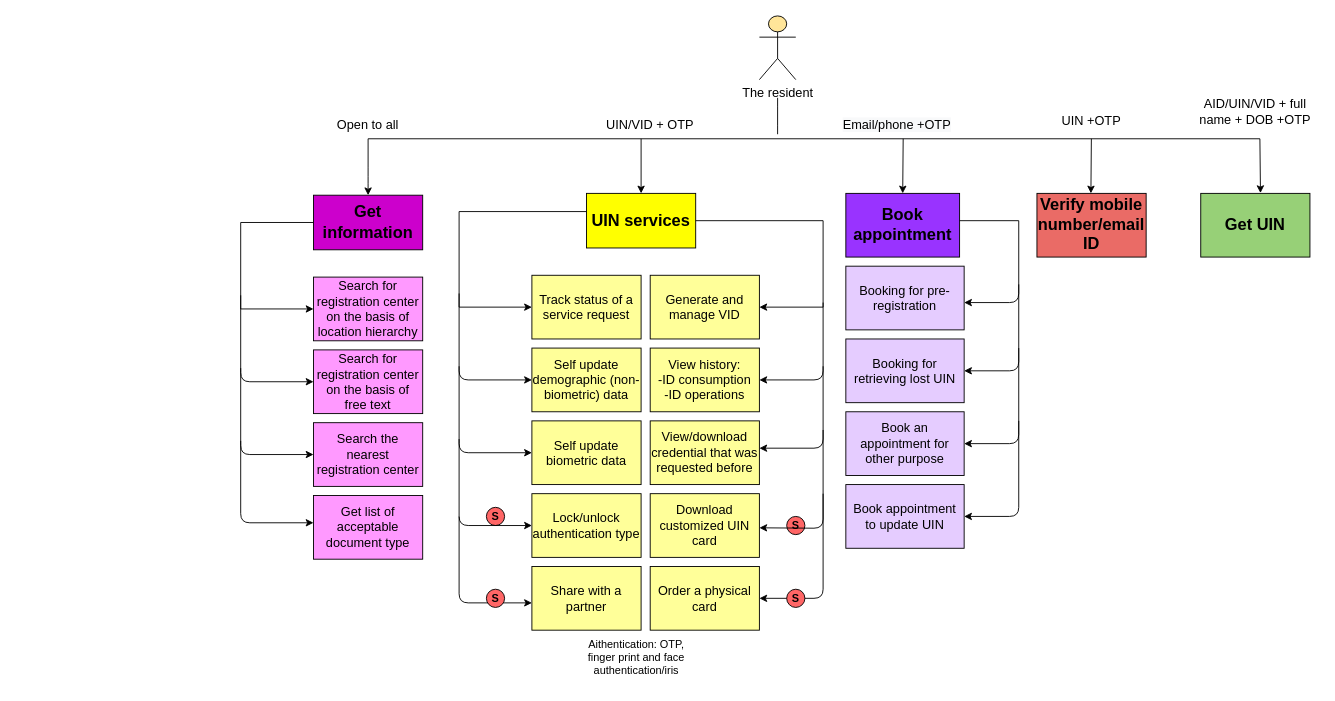
Above: resident-services-flow-chart/browser-feature-list.drawio in singhpragya279/Resident_services (draw.io), before the change. Source tidied: cells renumbered, new cells numbered last; positions are measured from the earlier drawing's top-left corner, leaving out a move shared by most shapes. Both pictures are drawn from the tidied source at 91%, with x=0, y=0 at pixel (240, 15).
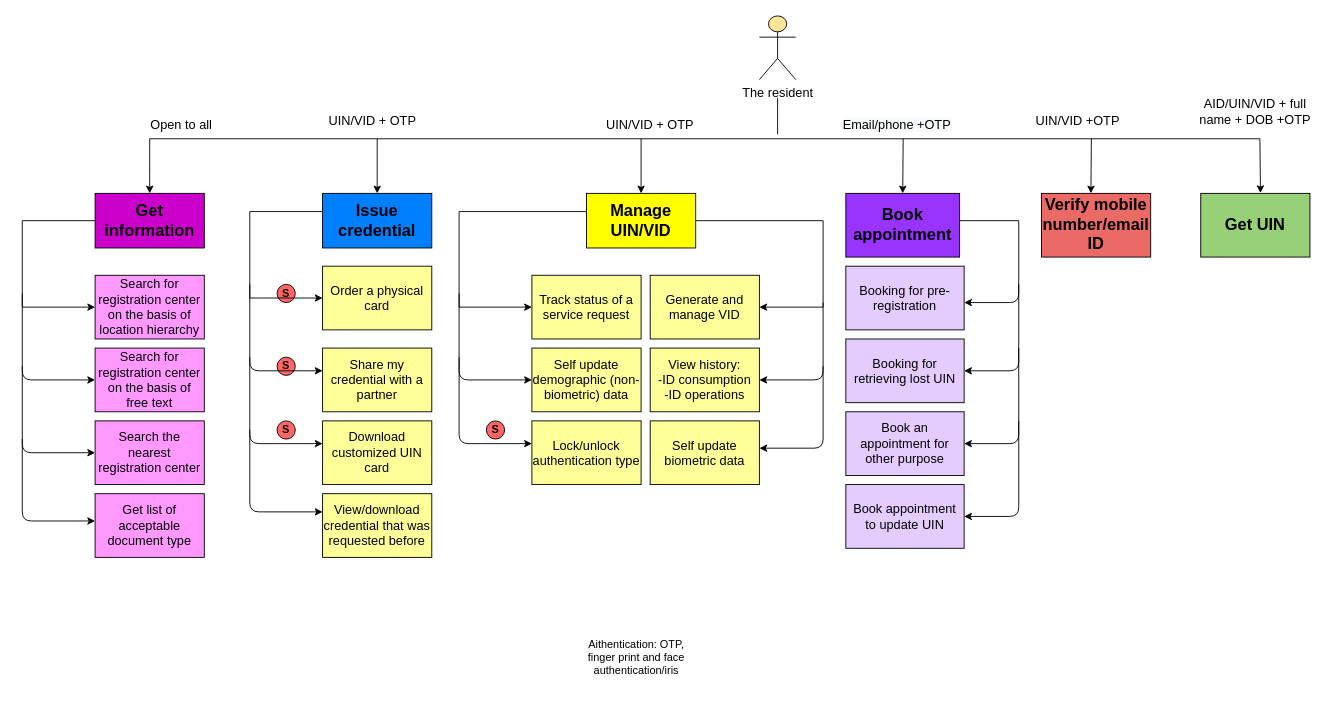
The same page after the edit.

Change to the diagram source:
```diff
@@
     <mxCell id="4" style="endArrow=none;html=1;" parent="1" edge="1">
       <mxGeometry relative="1" as="geometry">
-        <mxPoint x="140" y="135" as="sourcePoint" />
+        <mxPoint x="-100" y="135" as="sourcePoint" />
         <mxPoint x="1120" y="135" as="targetPoint" />
       </mxGeometry>
     </mxCell>
     <mxCell id="5" style="endArrow=classic;html=1;entryX=0.5;entryY=0;entryDx=0;entryDy=0;" parent="1" edge="1">
       <mxGeometry relative="1" as="geometry">
-        <mxPoint x="140" y="135" as="sourcePoint" />
-        <mxPoint x="140" y="197" as="targetPoint" />
+        <mxPoint x="-100" y="135" as="sourcePoint" />
+        <mxPoint x="-100" y="195" as="targetPoint" />
         <Array as="points">
-          <mxPoint x="140" y="177" />
+          <mxPoint x="-100" y="175" />
         </Array>
       </mxGeometry>
     </mxCell>
+    <mxCell id="62" style="endArrow=classic;html=1;entryX=0.5;entryY=0;entryDx=0;entryDy=0;" parent="1" edge="1" target="63">
+      <mxGeometry relative="1" as="geometry">
+        <mxPoint x="150" y="135" as="sourcePoint" />
+      </mxGeometry>
+    </mxCell>
@@
-    <mxCell id="7" value="&lt;span&gt;&lt;font style=&quot;font-size: 18px&quot;&gt;&lt;b&gt;UIN services&lt;/b&gt;&lt;/font&gt;&lt;/span&gt;" style="rounded=0;whiteSpace=wrap;html=1;fillColor=#FFFF00;" parent="1" vertex="1">
+    <mxCell id="7" value="&lt;span&gt;&lt;font style=&quot;font-size: 18px&quot;&gt;&lt;b&gt;Manage UIN/VID&lt;/b&gt;&lt;/font&gt;&lt;/span&gt;" style="rounded=0;whiteSpace=wrap;html=1;fillColor=#FFFF00;" parent="1" vertex="1">
       <mxGeometry x="380" y="195" width="120" height="60" as="geometry" />
     </mxCell>
     <mxCell id="8" style="edgeStyle=orthogonalEdgeStyle;rounded=0;jettySize=auto;html=1;entryX=0;entryY=0.5;entryDx=0;entryDy=0;" parent="1" edge="1" source="9" target="10">
       <mxGeometry relative="1" as="geometry">
         <Array as="points">
-          <mxPoint y="227" />
-          <mxPoint y="322" />
+          <mxPoint x="-240" y="225" />
+          <mxPoint x="-240" y="320" />
         </Array>
       </mxGeometry>
     </mxCell>
     <mxCell id="9" value="&lt;span&gt;&lt;font style=&quot;font-size: 18px&quot;&gt;&lt;b&gt;Get information&lt;/b&gt;&lt;/font&gt;&lt;/span&gt;" style="rounded=0;whiteSpace=wrap;html=1;fillColor=#CC00CC;" parent="1" vertex="1">
-      <mxGeometry x="80" y="197" width="120" height="60" as="geometry" />
+      <mxGeometry x="-160" y="195" width="120" height="60" as="geometry" />
     </mxCell>
     <mxCell id="10" value="&lt;font style=&quot;font-size: 14px&quot;&gt;Search for registration center on the basis of location hierarchy&lt;/font&gt;" style="rounded=0;whiteSpace=wrap;html=1;fillColor=#FF99FF;" parent="1" vertex="1">
-      <mxGeometry x="80" y="287" width="120" height="70" as="geometry" />
+      <mxGeometry x="-160" y="285" width="120" height="70" as="geometry" />
     </mxCell>
     <mxCell id="11" value="&lt;span&gt;&lt;font style=&quot;font-size: 14px&quot;&gt;Search the nearest registration center&lt;/font&gt;&lt;/span&gt;" style="rounded=0;whiteSpace=wrap;html=1;fillColor=#FF99FF;" parent="1" vertex="1">
-      <mxGeometry x="80" y="447" width="120" height="70" as="geometry" />
+      <mxGeometry x="-160" y="445" width="120" height="70" as="geometry" />
     </mxCell>
+    <mxCell id="63" value="&lt;span&gt;&lt;font style=&quot;font-size: 18px&quot;&gt;&lt;b&gt;Issue credential&lt;/b&gt;&lt;/font&gt;&lt;/span&gt;" style="rounded=0;whiteSpace=wrap;html=1;fillColor=#007FFF;" parent="1" vertex="1">
+      <mxGeometry x="90" y="195" width="120" height="60" as="geometry" />
+    </mxCell>
     <mxCell id="12" value="&lt;span&gt;&lt;font&gt;&lt;span style=&quot;font-size: 14px&quot;&gt;Download customized&amp;nbsp;UIN card&lt;/span&gt;&lt;/font&gt;&lt;/span&gt;" style="rounded=0;whiteSpace=wrap;html=1;fillColor=#FFFF99;" parent="1" vertex="1">
-      <mxGeometry x="450" y="525" width="120" height="70" as="geometry" />
+      <mxGeometry x="90" y="445" width="120" height="70" as="geometry" />
     </mxCell>
     <mxCell id="13" value="&lt;font style=&quot;font-size: 14px&quot;&gt;Search for registration center on the basis of free text&lt;/font&gt;" style="rounded=0;whiteSpace=wrap;html=1;fillColor=#FF99FF;" parent="1" vertex="1">
-      <mxGeometry x="80" y="367" width="120" height="70" as="geometry" />
+      <mxGeometry x="-160" y="365" width="120" height="70" as="geometry" />
     </mxCell>
     <mxCell id="14" value="&lt;span&gt;&lt;font style=&quot;font-size: 14px&quot;&gt;Get list of acceptable document type&lt;/font&gt;&lt;/span&gt;" style="rounded=0;whiteSpace=wrap;html=1;fillColor=#FF99FF;" parent="1" vertex="1">
-      <mxGeometry x="80" y="527" width="120" height="70" as="geometry" />
+      <mxGeometry x="-160" y="525" width="120" height="70" as="geometry" />
     </mxCell>
     <mxCell id="15" value="&lt;span&gt;&lt;font style=&quot;font-size: 14px&quot;&gt;Order a physical card&lt;/font&gt;&lt;/span&gt;" style="rounded=0;whiteSpace=wrap;html=1;fillColor=#FFFF99;" parent="1" vertex="1">
-      <mxGeometry x="450" y="605" width="120" height="70" as="geometry" />
+      <mxGeometry x="90" y="275" width="120" height="70" as="geometry" />
     </mxCell>
     <mxCell id="16" style="endArrow=classic;html=1;entryX=0;entryY=0.5;entryDx=0;entryDy=0;" parent="1" edge="1" target="13">
       <mxGeometry relative="1" as="geometry">
-        <mxPoint y="307" as="sourcePoint" />
+        <mxPoint x="-240" y="305" as="sourcePoint" />
         <Array as="points">
-          <mxPoint y="402" />
+          <mxPoint x="-240" y="400" />
         </Array>
       </mxGeometry>
     </mxCell>
     <mxCell id="17" style="endArrow=classic;html=1;entryX=0;entryY=0.5;entryDx=0;entryDy=0;" parent="1" edge="1">
       <mxGeometry relative="1" as="geometry">
-        <mxPoint y="387" as="sourcePoint" />
-        <mxPoint x="80" y="482" as="targetPoint" />
+        <mxPoint x="-240" y="385" as="sourcePoint" />
+        <mxPoint x="-160" y="480" as="targetPoint" />
         <Array as="points">
-          <mxPoint y="482" />
+          <mxPoint x="-240" y="480" />
         </Array>
       </mxGeometry>
     </mxCell>
     <mxCell id="18" style="endArrow=classic;html=1;entryX=0;entryY=0.5;entryDx=0;entryDy=0;" parent="1" edge="1">
       <mxGeometry relative="1" as="geometry">
-        <mxPoint y="467" as="sourcePoint" />
-        <mxPoint x="80" y="557" as="targetPoint" />
+        <mxPoint x="-240" y="465" as="sourcePoint" />
+        <mxPoint x="-160" y="555" as="targetPoint" />
         <Array as="points">
-          <mxPoint y="557" />
+          <mxPoint x="-240" y="555" />
         </Array>
       </mxGeometry>
     </mxCell>
-    <mxCell id="19" style="endArrow=classic;html=1;entryX=0;entryY=0.5;entryDx=0;entryDy=0;" parent="1" edge="1">
-      <mxGeometry relative="1" as="geometry">
-        <mxPoint x="240" y="550" as="sourcePoint" />
-        <mxPoint x="320" y="645" as="targetPoint" />
-        <Array as="points">
-          <mxPoint x="240" y="645" />
-        </Array>
-      </mxGeometry>
-    </mxCell>
-    <mxCell id="20" style="endArrow=classic;html=1;entryX=1;entryY=0.5;entryDx=0;entryDy=0;" parent="1" edge="1" target="15">
-      <mxGeometry relative="1" as="geometry">
-        <mxPoint x="640" y="525" as="sourcePoint" />
-        <Array as="points">
-          <mxPoint x="640" y="640" />
-        </Array>
-      </mxGeometry>
-    </mxCell>
-    <mxCell id="21" value="&lt;span&gt;&lt;font style=&quot;font-size: 14px&quot;&gt;Share with a partner&lt;/font&gt;&lt;/span&gt;" style="rounded=0;whiteSpace=wrap;html=1;fillColor=#FFFF99;strokeColor=#000000;" parent="1" vertex="1">
-      <mxGeometry x="320" y="605" width="120" height="70" as="geometry" />
+    <mxCell id="21" value="&lt;span&gt;&lt;font style=&quot;font-size: 14px&quot;&gt;Share my credential with a partner&lt;/font&gt;&lt;/span&gt;" style="rounded=0;whiteSpace=wrap;html=1;fillColor=#FFFF99;strokeColor=#000000;" parent="1" vertex="1">
+      <mxGeometry x="90" y="365" width="120" height="70" as="geometry" />
     </mxCell>
@@
     <mxCell id="24" value="&lt;span style=&quot;font-size: 14px&quot;&gt;Self update biometric data&lt;/span&gt;&lt;span&gt;&lt;font&gt;&lt;br&gt;&lt;/font&gt;&lt;/span&gt;" style="rounded=0;whiteSpace=wrap;html=1;fillColor=#FFFF99;" parent="1" vertex="1">
-      <mxGeometry x="320" y="445" width="120" height="70" as="geometry" />
+      <mxGeometry x="450" y="445" width="120" height="70" as="geometry" />
     </mxCell>
@@
     <mxCell id="26" style="endArrow=classic;html=1;entryX=0;entryY=0.5;entryDx=0;entryDy=0;" parent="1" edge="1">
       <mxGeometry relative="1" as="geometry">
-        <mxPoint x="240" y="385" as="sourcePoint" />
-        <mxPoint x="320" y="480" as="targetPoint" />
+        <mxPoint x="240" y="375" as="sourcePoint" />
+        <mxPoint x="320" y="470" as="targetPoint" />
         <Array as="points">
-          <mxPoint x="240" y="480" />
+          <mxPoint x="240" y="470" />
         </Array>
       </mxGeometry>
     </mxCell>
@@
     <mxCell id="31" value="&lt;b&gt;S&lt;/b&gt;" style="ellipse;whiteSpace=wrap;html=1;fillColor=#FF6666;" parent="1" vertex="1">
-      <mxGeometry x="270" y="630" width="20" height="20" as="geometry" />
+      <mxGeometry x="40" y="375" width="20" height="20" as="geometry" />
     </mxCell>
     <mxCell id="32" value="&lt;b&gt;S&lt;/b&gt;" style="ellipse;whiteSpace=wrap;html=1;fillColor=#FF6666;" parent="1" vertex="1">
-      <mxGeometry x="600" y="550" width="20" height="20" as="geometry" />
+      <mxGeometry x="270" y="445" width="20" height="20" as="geometry" />
     </mxCell>
-    <mxCell id="33" style="endArrow=classic;html=1;entryX=0;entryY=0.5;entryDx=0;entryDy=0;" parent="1" edge="1">
-      <mxGeometry relative="1" as="geometry">
-        <mxPoint x="640" y="455" as="sourcePoint" />
-        <mxPoint x="570" y="562.5" as="targetPoint" />
-        <Array as="points">
-          <mxPoint x="640" y="563" />
-        </Array>
-      </mxGeometry>
-    </mxCell>
@@
     <mxCell id="35" value="&lt;b&gt;S&lt;/b&gt;" style="ellipse;whiteSpace=wrap;html=1;fillColor=#FF6666;" parent="1" vertex="1">
-      <mxGeometry x="600" y="630" width="20" height="20" as="geometry" />
+      <mxGeometry x="40" y="445" width="20" height="20" as="geometry" />
     </mxCell>
@@
     <mxCell id="44" value="&lt;span style=&quot;font-size: 18px&quot;&gt;&lt;b&gt;Verify mobile number/email ID&lt;/b&gt;&lt;/span&gt;" style="rounded=0;whiteSpace=wrap;html=1;fillColor=#EA6B66;" parent="1" vertex="1">
-      <mxGeometry x="875" y="195" width="120" height="70" as="geometry" />
+      <mxGeometry x="880" y="195" width="120" height="70" as="geometry" />
     </mxCell>
@@
     <mxCell id="49" value="&lt;b&gt;S&lt;/b&gt;" style="ellipse;whiteSpace=wrap;html=1;fillColor=#FF6666;" parent="1" vertex="1">
-      <mxGeometry x="270" y="540" width="20" height="20" as="geometry" />
+      <mxGeometry x="40" y="295" width="20" height="20" as="geometry" />
     </mxCell>
     <mxCell id="50" value="&lt;span style=&quot;font-size: 14px&quot;&gt;View/download credential that was requested before&lt;/span&gt;" style="rounded=0;whiteSpace=wrap;html=1;fillColor=#FFFF99;" parent="1" vertex="1">
-      <mxGeometry x="450" y="445" width="120" height="70" as="geometry" />
+      <mxGeometry x="90" y="525" width="120" height="70" as="geometry" />
     </mxCell>
     <mxCell id="51" value="&lt;span style=&quot;font-size: 14px&quot;&gt;Lock/unlock authentication type&lt;/span&gt;" style="rounded=0;whiteSpace=wrap;html=1;fillColor=#FFFF99;" parent="1" vertex="1">
-      <mxGeometry x="320" y="525" width="120" height="70" as="geometry" />
+      <mxGeometry x="320" y="445" width="120" height="70" as="geometry" />
     </mxCell>
@@
-    <mxCell id="54" value="&lt;font style=&quot;font-size: 14px&quot;&gt;UIN +OTP&lt;/font&gt;" style="text;html=1;strokeColor=none;fillColor=none;align=center;verticalAlign=middle;whiteSpace=wrap;rounded=0;" parent="1" vertex="1">
-      <mxGeometry x="890" y="105" width="90" height="20" as="geometry" />
+    <mxCell id="54" value="&lt;font style=&quot;font-size: 14px&quot;&gt;UIN/VID +OTP&lt;/font&gt;" style="text;html=1;strokeColor=none;fillColor=none;align=center;verticalAlign=middle;whiteSpace=wrap;rounded=0;" parent="1" vertex="1">
+      <mxGeometry x="860" y="105" width="120" height="20" as="geometry" />
     </mxCell>
@@
+    <mxCell id="64" value="&lt;font style=&quot;font-size: 14px&quot;&gt;UIN/VID + OTP&lt;/font&gt;" style="text;html=1;strokeColor=none;fillColor=none;align=center;verticalAlign=middle;whiteSpace=wrap;rounded=0;" parent="1" vertex="1">
+      <mxGeometry x="90" y="105" width="110" height="20" as="geometry" />
+    </mxCell>
     <mxCell id="57" value="&lt;font style=&quot;font-size: 14px&quot;&gt;Open to all&lt;/font&gt;" style="text;html=1;strokeColor=none;fillColor=none;align=center;verticalAlign=middle;whiteSpace=wrap;rounded=0;" parent="1" vertex="1">
-      <mxGeometry x="85" y="110" width="110" height="20" as="geometry" />
+      <mxGeometry x="-120" y="110" width="110" height="20" as="geometry" />
     </mxCell>
-    <mxCell id="58" style="endArrow=classic;html=1;entryX=0;entryY=0.5;entryDx=0;entryDy=0;" parent="1" edge="1">
-      <mxGeometry relative="1" as="geometry">
-        <mxPoint x="240" y="465" as="sourcePoint" />
-        <mxPoint x="320" y="560" as="targetPoint" />
-        <Array as="points">
-          <mxPoint x="240" y="560" />
-        </Array>
-      </mxGeometry>
-    </mxCell>
@@
+    <mxCell id="65" style="edgeStyle=orthogonalEdgeStyle;rounded=0;orthogonalLoop=1;jettySize=auto;html=1;entryX=0;entryY=0.5;entryDx=0;entryDy=0;" parent="1" edge="1">
+      <mxGeometry relative="1" as="geometry">
+        <mxPoint x="90" y="215" as="sourcePoint" />
+        <mxPoint x="90" y="310" as="targetPoint" />
+        <Array as="points">
+          <mxPoint x="10" y="215" />
+          <mxPoint x="10" y="310" />
+        </Array>
+      </mxGeometry>
+    </mxCell>
+    <mxCell id="66" style="endArrow=classic;html=1;entryX=0;entryY=0.5;entryDx=0;entryDy=0;" parent="1" edge="1">
+      <mxGeometry relative="1" as="geometry">
+        <mxPoint x="10" y="295" as="sourcePoint" />
+        <mxPoint x="90" y="390" as="targetPoint" />
+        <Array as="points">
+          <mxPoint x="10" y="390" />
+        </Array>
+      </mxGeometry>
+    </mxCell>
+    <mxCell id="67" style="endArrow=classic;html=1;entryX=0;entryY=0.5;entryDx=0;entryDy=0;" parent="1" edge="1">
+      <mxGeometry relative="1" as="geometry">
+        <mxPoint x="10" y="375" as="sourcePoint" />
+        <mxPoint x="90" y="470" as="targetPoint" />
+        <Array as="points">
+          <mxPoint x="10" y="470" />
+        </Array>
+      </mxGeometry>
+    </mxCell>
+    <mxCell id="68" style="endArrow=classic;html=1;entryX=0;entryY=0.5;entryDx=0;entryDy=0;" parent="1" edge="1">
+      <mxGeometry relative="1" as="geometry">
+        <mxPoint x="10" y="455" as="sourcePoint" />
+        <mxPoint x="90" y="545" as="targetPoint" />
+        <Array as="points">
+          <mxPoint x="10" y="545" />
+        </Array>
+      </mxGeometry>
+    </mxCell>
```
